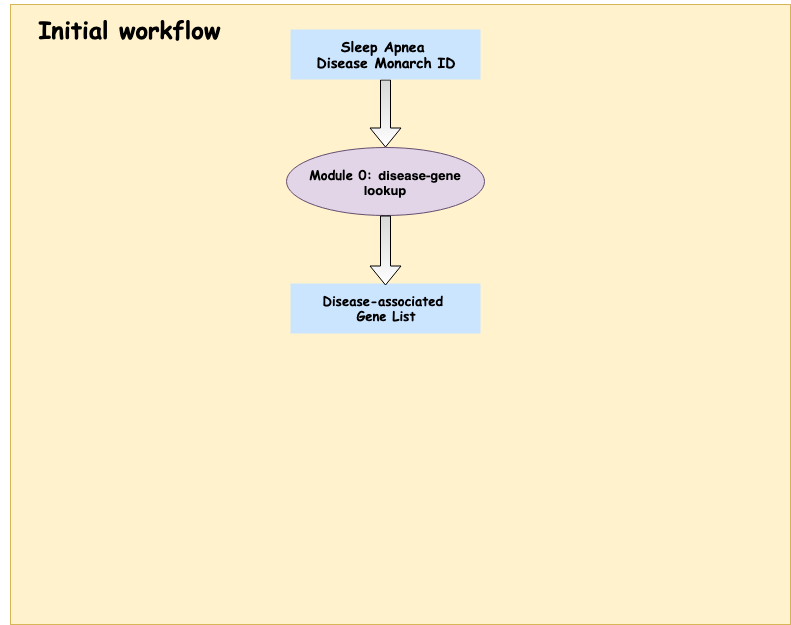
Above: workflow2_diagram.png in imxiaow/SleepApnea-Presentation (draw.io), before the change. Source tidied: cells renumbered, new cells last; positions are measured from the earlier drawing's top-left corner, leaving out a move shared by most shapes.
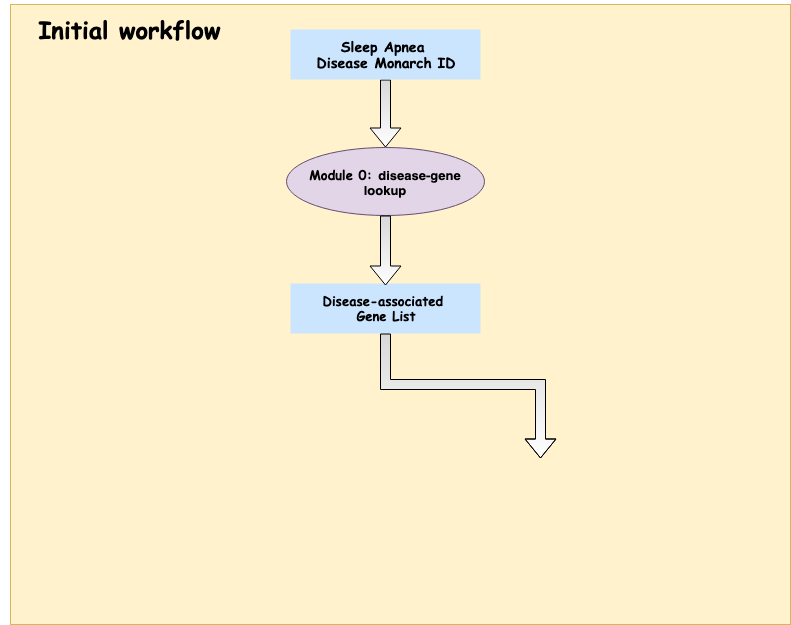
The same file after the commit.

Change to the diagram source:
```diff
@@ -26,5 +26,13 @@
         <mxPoint x="385" y="281" as="targetPoint" />
       </mxGeometry>
     </mxCell>
+    <mxCell id="9" style="edgeStyle=elbowEdgeStyle;elbow=vertical;startArrow=none;endArrow=block;rounded=0;fillColor=#D9D9D9;gradientColor=#ffffff;fontFamily=Comic Sans MS;shape=flexArrow;strokeColor=#000000;entryX=0.5;entryY=0;entryDx=0;entryDy=0;exitX=0.5;exitY=1;exitDx=0;exitDy=0;" parent="1" edge="1" source="6">
+      <mxGeometry relative="1" as="geometry">
+        <mxPoint x="540" y="454" as="targetPoint" />
+        <Array as="points">
+          <mxPoint x="490" y="380" />
+        </Array>
+      </mxGeometry>
+    </mxCell>
   </root>
 </mxGraphModel>
```
